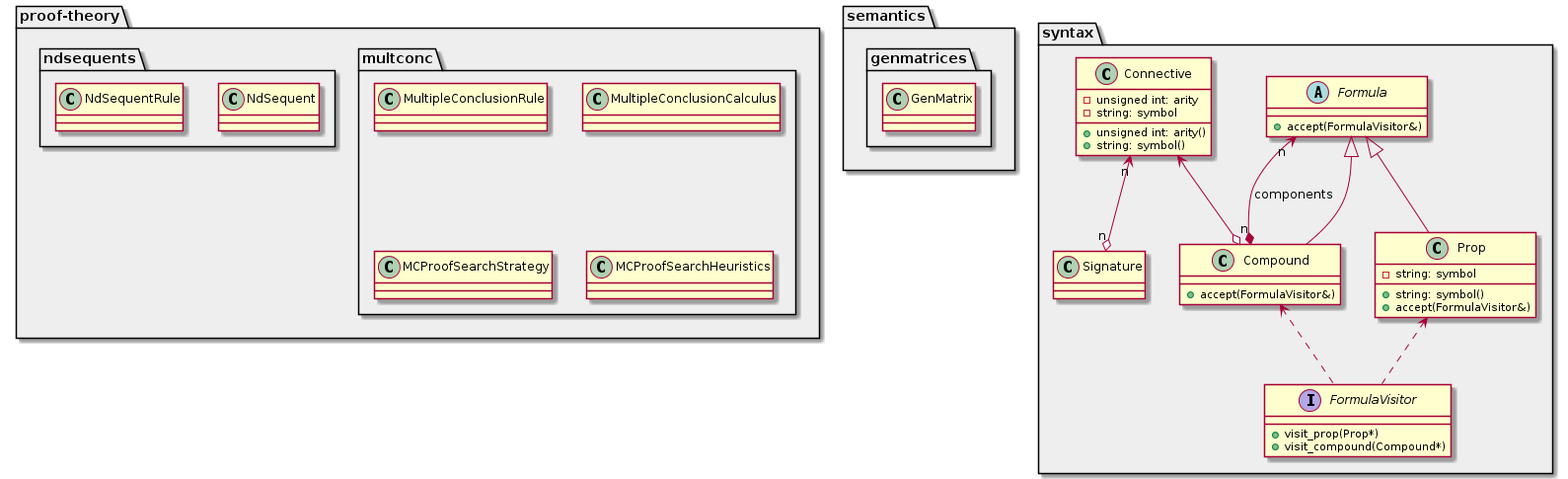
Before: docs/classdiag/logicantsy.png, a diagram exported from PlantUML (greati/logicantsy).
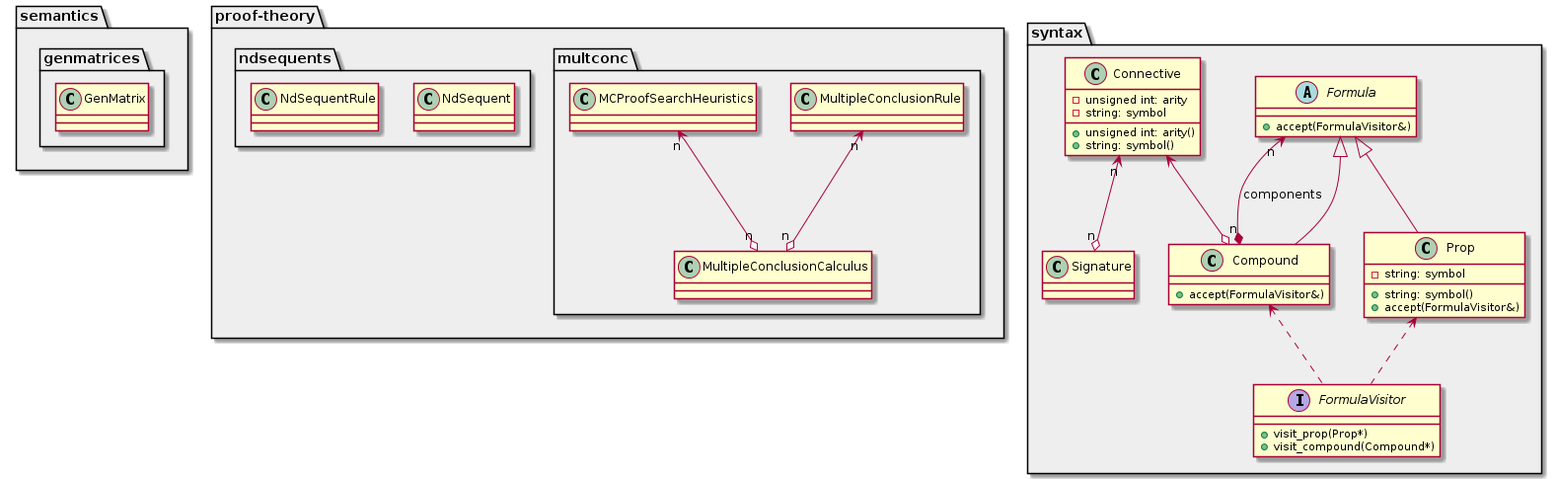
The same file after the commit.

Diff of the diagram source:
```diff
@@ -10,8 +10,10 @@
     package "multconc" #eeeeee {
         class MultipleConclusionRule {}
         class MultipleConclusionCalculus {}
-        class MCProofSearchStrategy {}
         class MCProofSearchHeuristics {}
+
+        MultipleConclusionRule "n" <--o "n" MultipleConclusionCalculus
+        MCProofSearchHeuristics "n" <--o "n" MultipleConclusionCalculus
     }
 
     package "ndsequents" #eeeeee {
```
